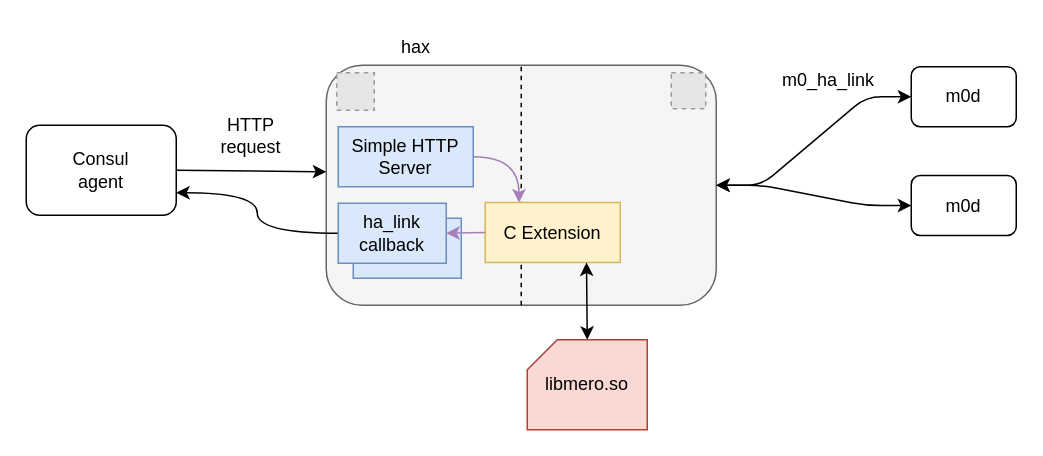
The draw.io diagram rfc/5/hax.drawio in Seagate/cortx-hare, before the edit. Source tidied: cells renumbered, new cells numbered last; positions are measured from the earlier drawing's top-left corner, leaving out a move shared by most shapes. Both pictures are drawn from the tidied source at 150%, with x=0, y=0 at pixel (26, 32). Pictures stored in the file or linked from it are replaced by grey dashed boxes.
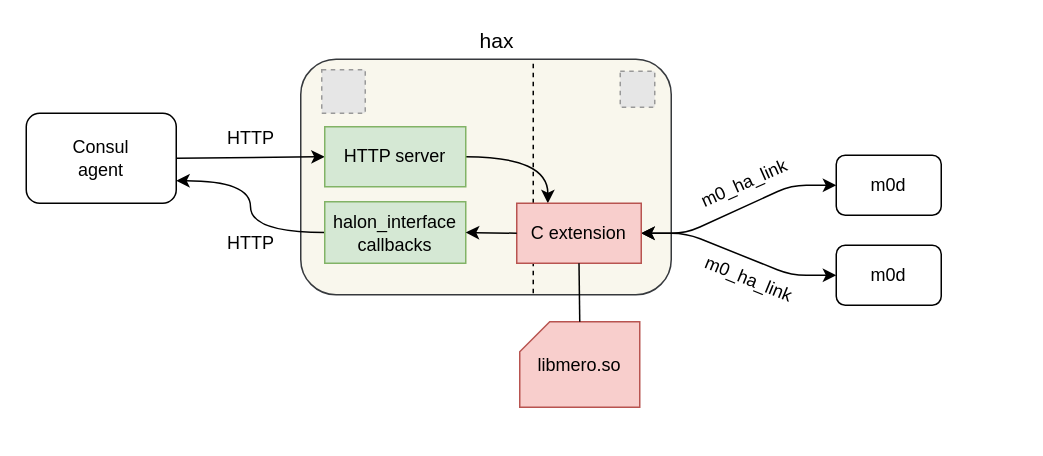
The same page after the edit.

Commit message (it also covers changes not shown here):
rfc (5/HAX): Update the diagram

- Use calmer colour scheme.
- Fix lines' start/end points.
- s/ha_link callback/halon_interface callbacks/.

Change to the diagram source:
```diff
@@
-    <mxCell id="2" style="rounded=1;whiteSpace=wrap;html=1;fillColor=#f5f5f5;strokeColor=#666666;fontColor=#333333;" parent="1" vertex="1">
-      <mxGeometry x="200" y="22" width="260" height="160" as="geometry" />
+    <mxCell id="2" style="rounded=1;whiteSpace=wrap;html=1;fillColor=#f9f7ed;strokeColor=#36393d;" parent="1" vertex="1">
+      <mxGeometry x="183" y="18" width="247" height="157" as="geometry" />
     </mxCell>
+    <mxCell id="5" style="endArrow=none;dashed=1;html=1;entryX=0.644;entryY=0;entryDx=0;entryDy=0;exitX=0.644;exitY=0.994;exitDx=0;exitDy=0;exitPerimeter=0;entryPerimeter=0;" parent="1" edge="1">
+      <mxGeometry relative="1" as="geometry">
+        <mxPoint x="338" y="174" as="sourcePoint" />
+        <mxPoint x="338" y="18" as="targetPoint" />
+      </mxGeometry>
+    </mxCell>
     <mxCell id="3" value="Consul&lt;br&gt;agent" style="rounded=1;whiteSpace=wrap;html=1;" parent="1" vertex="1">
-      <mxGeometry y="62" width="100" height="60" as="geometry" />
+      <mxGeometry y="54" width="100" height="60" as="geometry" />
     </mxCell>
     <mxCell id="4" value="m0d" style="rounded=1;whiteSpace=wrap;html=1;" parent="1" vertex="1">
-      <mxGeometry x="590" y="23" width="70" height="40" as="geometry" />
+      <mxGeometry x="540" y="82" width="70" height="40" as="geometry" />
     </mxCell>
-    <mxCell id="5" style="endArrow=none;dashed=1;html=1;entryX=0.5;entryY=0;entryDx=0;entryDy=0;exitX=0.5;exitY=1;exitDx=0;exitDy=0;" parent="1" edge="1" source="2" target="2">
-      <mxGeometry relative="1" as="geometry" />
-    </mxCell>
-    <mxCell id="6" style="endArrow=classic;startArrow=classic;html=1;entryX=0;entryY=0.5;entryDx=0;entryDy=0;exitX=1;exitY=0.5;exitDx=0;exitDy=0;edgeStyle=entityRelationEdgeStyle;" parent="1" edge="1" source="2" target="4">
+    <mxCell id="6" style="endArrow=classic;startArrow=classic;html=1;entryX=0;entryY=0.5;entryDx=0;entryDy=0;edgeStyle=entityRelationEdgeStyle;exitX=1;exitY=0.5;exitDx=0;exitDy=0;" parent="1" edge="1" source="17" target="4">
       <mxGeometry relative="1" as="geometry" />
     </mxCell>
-    <mxCell id="7" style="endArrow=classic;startArrow=classic;html=1;entryX=0;entryY=0.5;entryDx=0;entryDy=0;exitX=1;exitY=0.5;exitDx=0;exitDy=0;edgeStyle=entityRelationEdgeStyle;" parent="1" edge="1" source="2" target="9">
+    <mxCell id="7" style="endArrow=classic;startArrow=classic;html=1;entryX=0;entryY=0.5;entryDx=0;entryDy=0;edgeStyle=entityRelationEdgeStyle;exitX=1;exitY=0.5;exitDx=0;exitDy=0;" parent="1" edge="1" source="17" target="9">
       <mxGeometry relative="1" as="geometry" />
     </mxCell>
-    <mxCell id="8" value="hax" style="text;html=1;strokeColor=none;fillColor=none;align=center;verticalAlign=middle;whiteSpace=wrap;rounded=0;" parent="1" vertex="1">
-      <mxGeometry x="240" width="40" height="20" as="geometry" />
+    <mxCell id="8" value="hax" style="text;html=1;strokeColor=none;fillColor=none;align=center;verticalAlign=middle;whiteSpace=wrap;rounded=0;fontSize=14;" parent="1" vertex="1">
+      <mxGeometry x="294" y="-4" width="40" height="20" as="geometry" />
     </mxCell>
     <mxCell id="9" value="m0d" style="rounded=1;whiteSpace=wrap;html=1;" parent="1" vertex="1">
-      <mxGeometry x="590" y="95.5" width="70" height="40" as="geometry" />
+      <mxGeometry x="540" y="142" width="70" height="40" as="geometry" />
     </mxCell>
     <mxCell id="10" style="fillColor=#E6E6E6;strokeColor=#999999;dashed=1;verticalLabelPosition=bottom;labelBackgroundColor=#ffffff;verticalAlign=top;" parent="1" vertex="1">
-      <mxGeometry x="207" y="27" width="25" height="25" as="geometry" />
+      <mxGeometry x="197" y="25" width="29" height="29" as="geometry" />
     </mxCell>
     <mxCell id="11" style="fillColor=#E6E6E6;strokeColor=#999999;dashed=1;verticalLabelPosition=bottom;labelBackgroundColor=#ffffff;verticalAlign=top;" parent="1" vertex="1">
-      <mxGeometry x="430" y="27" width="23" height="24" as="geometry" />
+      <mxGeometry x="396" y="26" width="23" height="24" as="geometry" />
     </mxCell>
-    <mxCell id="12" value="m0_ha_link" style="text;html=1;strokeColor=none;fillColor=none;align=center;verticalAlign=middle;whiteSpace=wrap;rounded=0;" parent="1" vertex="1">
-      <mxGeometry x="500" y="22" width="70" height="20" as="geometry" />
+    <mxCell id="12" value="m0_ha_link" style="text;html=1;strokeColor=none;fillColor=none;align=center;verticalAlign=middle;whiteSpace=wrap;rounded=0;rotation=-24;" parent="1" vertex="1">
+      <mxGeometry x="444" y="91" width="70" height="20" as="geometry" />
     </mxCell>
-    <mxCell id="13" value="HTTP request" style="text;html=1;strokeColor=none;fillColor=none;align=center;verticalAlign=middle;whiteSpace=wrap;rounded=0;" parent="1" vertex="1">
-      <mxGeometry x="130" y="59" width="40" height="20" as="geometry" />
+    <mxCell id="13" value="HTTP" style="text;html=1;strokeColor=none;fillColor=none;align=center;verticalAlign=middle;whiteSpace=wrap;rounded=0;" parent="1" vertex="1">
+      <mxGeometry x="130" y="61" width="40" height="20" as="geometry" />
     </mxCell>
-    <mxCell id="14" style="endArrow=classic;html=1;exitX=1;exitY=0.5;exitDx=0;exitDy=0;" parent="1" edge="1" source="3">
-      <mxGeometry relative="1" as="geometry">
-        <mxPoint x="200" y="93" as="targetPoint" />
-      </mxGeometry>
+    <mxCell id="14" style="endArrow=classic;html=1;exitX=1;exitY=0.5;exitDx=0;exitDy=0;startArrow=none;startFill=0;entryX=0;entryY=0.5;entryDx=0;entryDy=0;" parent="1" edge="1" source="3" target="16">
+      <mxGeometry relative="1" as="geometry" />
     </mxCell>
-    <mxCell id="15" style="edgeStyle=orthogonalEdgeStyle;rounded=0;jettySize=auto;html=1;exitX=1;exitY=0.5;exitDx=0;exitDy=0;entryX=0.25;entryY=0;entryDx=0;entryDy=0;curved=1;strokeColor=#A680B8;" parent="1" edge="1" source="16" target="17">
+    <mxCell id="15" style="edgeStyle=orthogonalEdgeStyle;rounded=0;jettySize=auto;html=1;exitX=1;exitY=0.5;exitDx=0;exitDy=0;entryX=0.25;entryY=0;entryDx=0;entryDy=0;curved=1;strokeColor=#000000;" parent="1" edge="1" source="16" target="17">
       <mxGeometry relative="1" as="geometry" />
     </mxCell>
-    <mxCell id="16" value="Simple HTTP Server" style="rounded=0;whiteSpace=wrap;html=1;fillColor=#dae8fc;strokeColor=#6c8ebf;" parent="1" vertex="1">
-      <mxGeometry x="208" y="63" width="90" height="40" as="geometry" />
+    <mxCell id="16" value="HTTP server" style="rounded=0;whiteSpace=wrap;html=1;fillColor=#d5e8d4;strokeColor=#82b366;" parent="1" vertex="1">
+      <mxGeometry x="199" y="63" width="94" height="40" as="geometry" />
     </mxCell>
-    <mxCell id="17" value="C Extension" style="rounded=0;whiteSpace=wrap;html=1;fillColor=#fff2cc;strokeColor=#d6b656;" parent="1" vertex="1">
-      <mxGeometry x="306" y="113.5" width="90" height="40" as="geometry" />
+    <mxCell id="17" value="C extension" style="rounded=0;whiteSpace=wrap;html=1;fillColor=#f8cecc;strokeColor=#b85450;" parent="1" vertex="1">
+      <mxGeometry x="327" y="114" width="83" height="40" as="geometry" />
     </mxCell>
-    <mxCell id="18" value="libmero.so" style="shape=card;whiteSpace=wrap;html=1;size=20;fillColor=#fad9d5;strokeColor=#ae4132;" parent="1" vertex="1">
-      <mxGeometry x="334" y="205" width="80" height="60" as="geometry" />
+    <mxCell id="18" value="libmero.so" style="shape=card;whiteSpace=wrap;html=1;size=20;fillColor=#f8cecc;strokeColor=#b85450;" parent="1" vertex="1">
+      <mxGeometry x="329" y="193" width="80" height="57" as="geometry" />
     </mxCell>
-    <mxCell id="19" style="endArrow=classic;startArrow=classic;html=1;entryX=0.75;entryY=1;entryDx=0;entryDy=0;exitX=0.5;exitY=0;exitDx=0;exitDy=0;exitPerimeter=0;" parent="1" edge="1" source="18" target="17">
+    <mxCell id="19" style="endArrow=none;startArrow=none;html=1;entryX=0.5;entryY=1;entryDx=0;entryDy=0;exitX=0.5;exitY=0;exitDx=0;exitDy=0;exitPerimeter=0;startFill=0;endFill=0;" parent="1" edge="1" source="18" target="17">
       <mxGeometry relative="1" as="geometry" />
     </mxCell>
-    <mxCell id="20" style="rounded=0;whiteSpace=wrap;html=1;fillColor=#dae8fc;strokeColor=#6c8ebf;" parent="1" vertex="1">
-      <mxGeometry x="218" y="124" width="72" height="40" as="geometry" />
-    </mxCell>
@@
-    <mxCell id="22" value="ha_link callback" style="rounded=0;whiteSpace=wrap;html=1;fillColor=#dae8fc;strokeColor=#6c8ebf;" parent="1" vertex="1">
-      <mxGeometry x="208" y="114" width="72" height="40" as="geometry" />
+    <mxCell id="22" value="halon_interface&lt;br&gt;callbacks" style="rounded=0;whiteSpace=wrap;html=1;fillColor=#d5e8d4;strokeColor=#82b366;" parent="1" vertex="1">
+      <mxGeometry x="199" y="113" width="94" height="41" as="geometry" />
     </mxCell>
-    <mxCell id="23" style="rounded=0;jettySize=auto;html=1;exitX=0;exitY=0.5;exitDx=0;exitDy=0;entryX=1;entryY=0.5;entryDx=0;entryDy=0;strokeColor=#A680B8;" parent="1" edge="1" source="17" target="22">
+    <mxCell id="23" style="rounded=0;jettySize=auto;html=1;exitX=0;exitY=0.5;exitDx=0;exitDy=0;entryX=1;entryY=0.5;entryDx=0;entryDy=0;strokeColor=#000000;" parent="1" edge="1" source="17" target="22">
       <mxGeometry relative="1" as="geometry" />
     </mxCell>
+    <mxCell id="24" value="m0_ha_link" style="text;html=1;strokeColor=none;fillColor=none;align=center;verticalAlign=middle;whiteSpace=wrap;rounded=0;rotation=22.2;" parent="1" vertex="1">
+      <mxGeometry x="447" y="155" width="70" height="20" as="geometry" />
+    </mxCell>
+    <mxCell id="25" value="HTTP" style="text;html=1;strokeColor=none;fillColor=none;align=center;verticalAlign=middle;whiteSpace=wrap;rounded=0;" parent="1" vertex="1">
+      <mxGeometry x="130" y="131" width="40" height="20" as="geometry" />
+    </mxCell>
```
